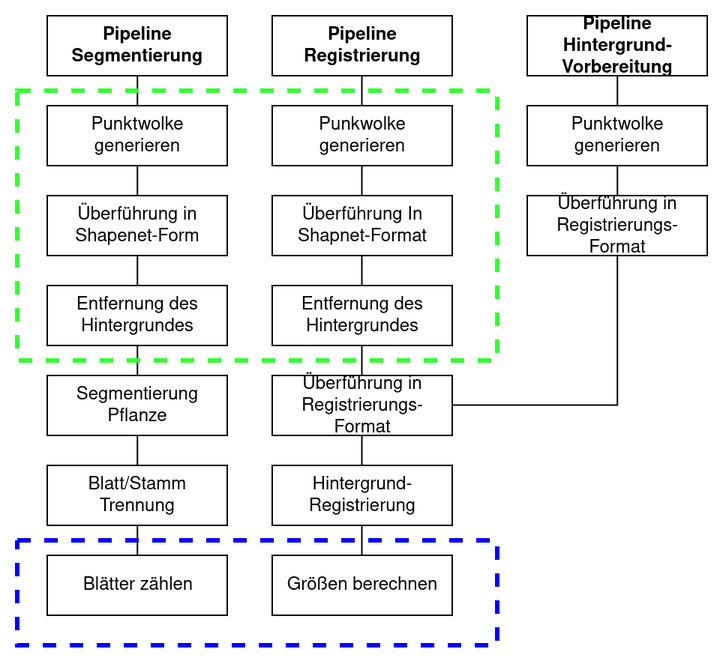
coosmic/MasterThesis keeps this draw.io diagram as Documents/Ausarbeitung/Images/Pipelines.png. Above is the earlier version. Source tidied: cells renumbered, new cells last; positions are measured from the earlier drawing's top-left corner, leaving out a move shared by most shapes.
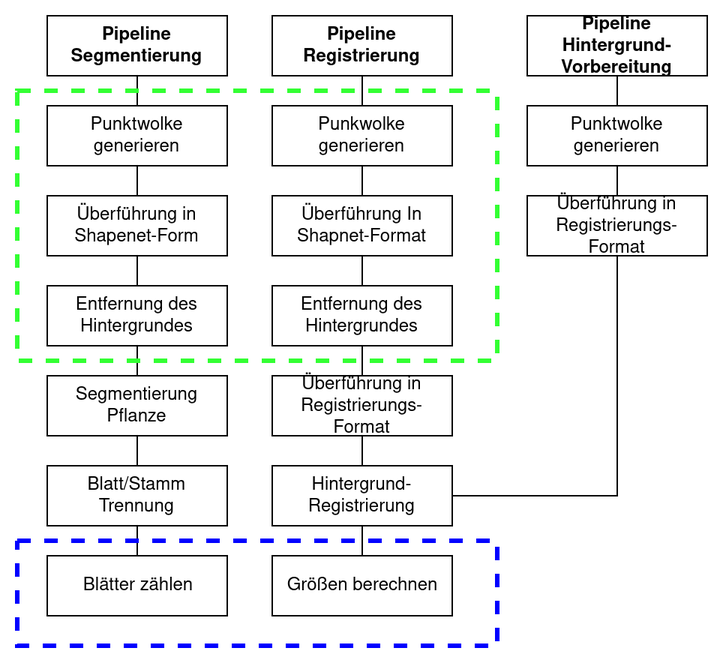
The same diagram one commit later.

Change to the diagram source:
```diff
@@ -98,10 +98,10 @@
     <mxCell id="33" value="&lt;div&gt;Punktwolke generieren&lt;/div&gt;" style="rounded=0;whiteSpace=wrap;html=1;" parent="1" vertex="1">
       <mxGeometry x="340" y="60" width="120" height="40" as="geometry" />
     </mxCell>
-    <mxCell id="34" style="edgeStyle=orthogonalEdgeStyle;rounded=0;jettySize=auto;html=1;entryX=1;entryY=0.5;entryDx=0;entryDy=0;endArrow=none;endFill=0;" parent="1" edge="1" source="35" target="24">
+    <mxCell id="34" style="edgeStyle=orthogonalEdgeStyle;rounded=0;jettySize=auto;html=1;entryX=1;entryY=0.5;entryDx=0;entryDy=0;endArrow=none;endFill=0;" parent="1" edge="1" source="35" target="26">
       <mxGeometry relative="1" as="geometry">
         <Array as="points">
-          <mxPoint x="400" y="260" />
+          <mxPoint x="400" y="320" />
         </Array>
       </mxGeometry>
     </mxCell>
```
